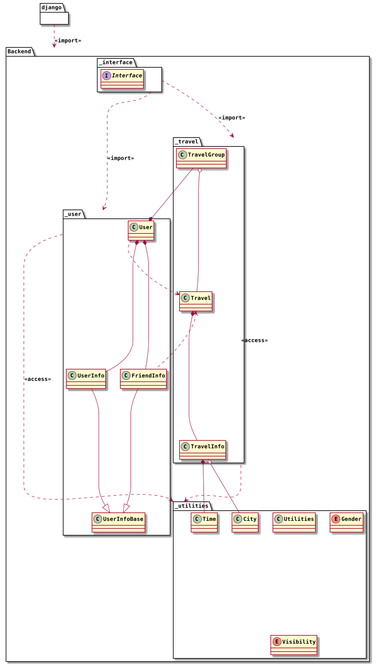
Before: doc/第二阶段课堂展示/PackageDiagram.backend.png, a diagram exported from PlantUML (skyetim/travel_planning_website).
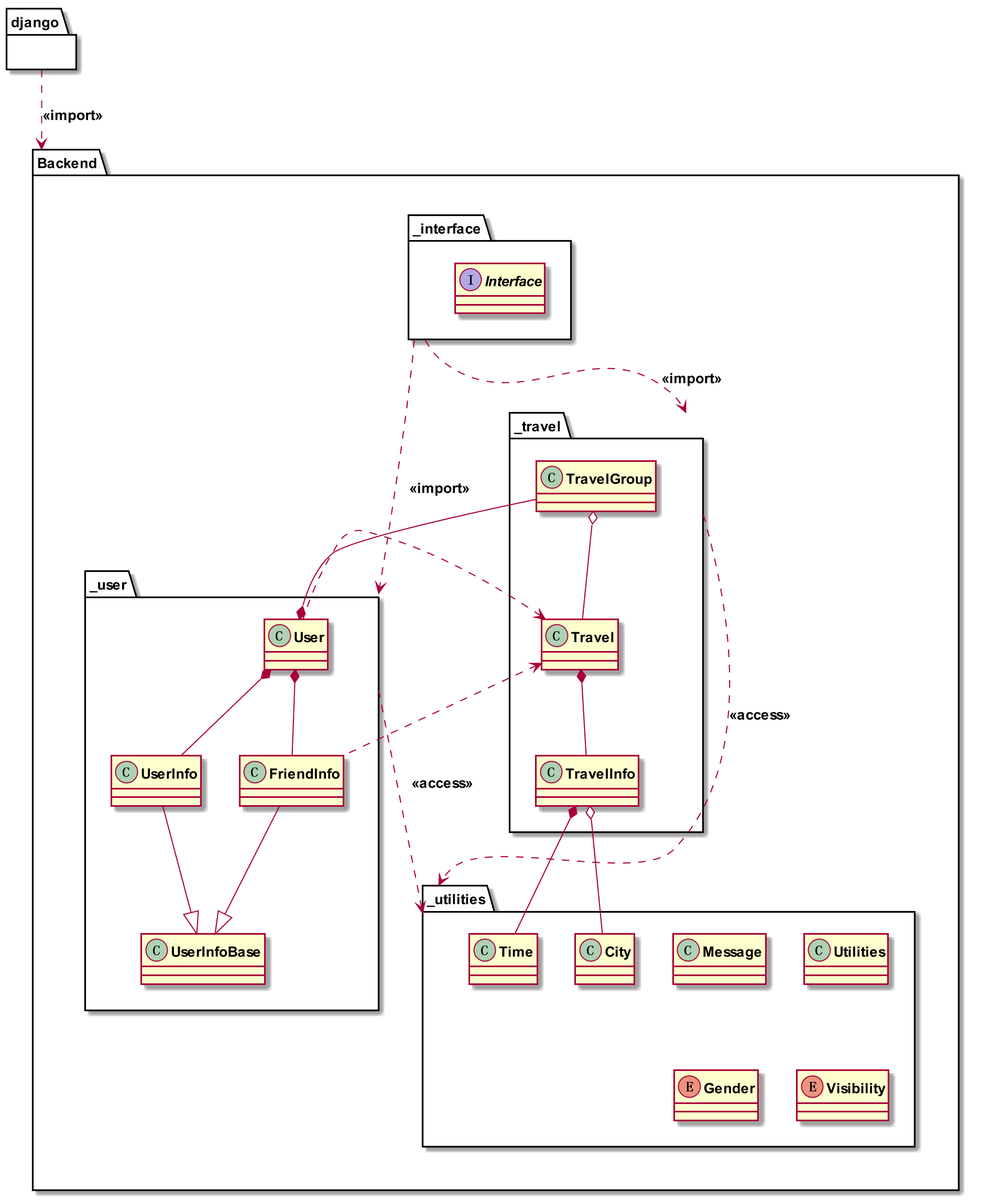
The same file after the commit.

Commit message:
doc&chores: Update PackageDiagram, Rename, Cleanup

Diff of the diagram source:
```diff
@@ -2,7 +2,7 @@
 
 skinparam Dpi 200
 skinparam DefaultFont {
-    Name Menlo
+    Name Monospace
     Size 13
     Style bold
 }
@@ -11,6 +11,7 @@
     package _utilities {
         class City
         class Time
+        class Message
         class Utilities
         enum Gender
         enum Visibility
```
